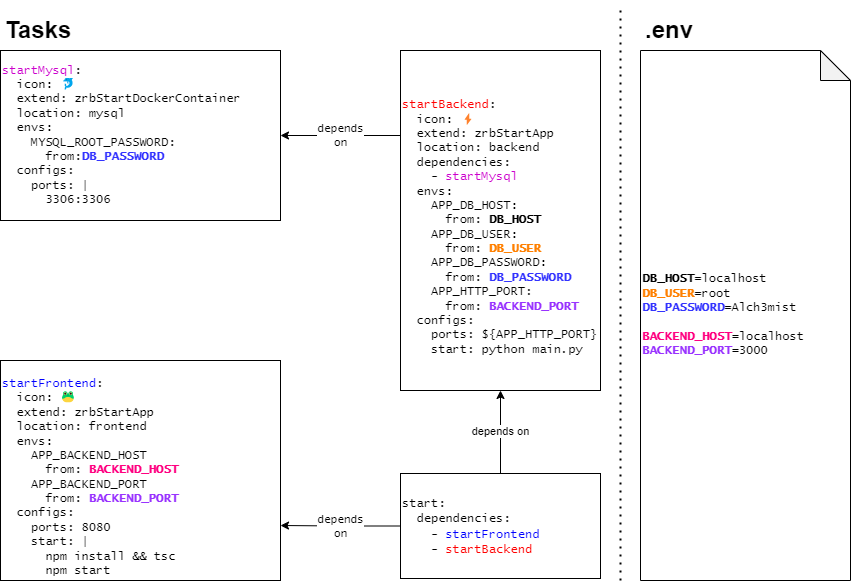
Before: docs/images/solution-example.png, a diagram exported from draw.io (goFrendiAsgard/zaruba). Source tidied: cells renumbered, new cells last; positions are measured from the earlier drawing's top-left corner, leaving out a move shared by most shapes.
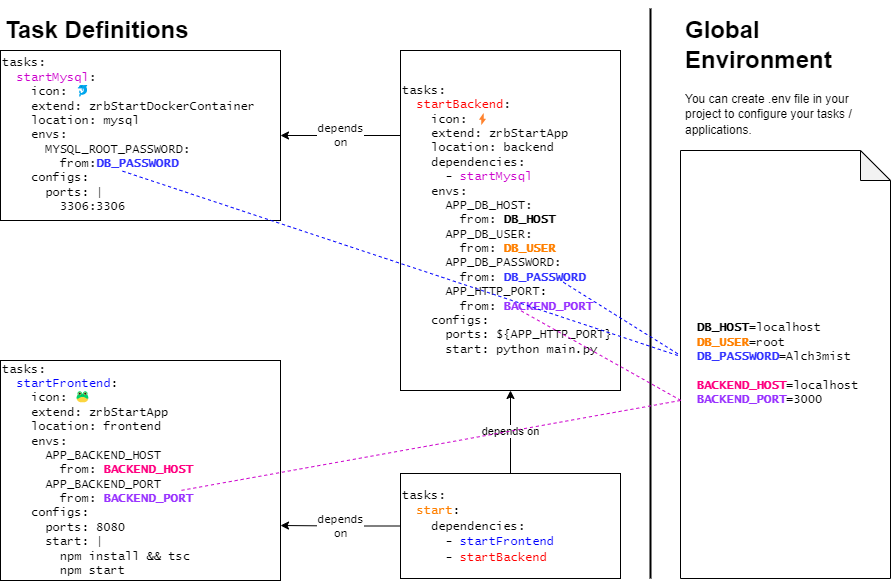
The same file after the commit.

What changed in the source:
```diff
@@ -8,35 +8,53 @@
     <mxCell id="3" value="depends&lt;br&gt;on" style="edgeStyle=orthogonalEdgeStyle;rounded=0;jettySize=auto;html=1;entryX=1;entryY=0.75;entryDx=0;entryDy=0;fontFamily=Lucida Console;fontColor=#000000;" parent="1" edge="1" source="4" target="8">
       <mxGeometry relative="1" as="geometry" />
     </mxCell>
-    <mxCell id="4" value="&lt;font face=&quot;Lucida Console&quot;&gt;start:&lt;br&gt;&amp;nbsp; dependencies:&lt;br&gt;&amp;nbsp; &amp;nbsp; - &lt;font color=&quot;#0000ff&quot;&gt;startFrontend&lt;/font&gt;&lt;br&gt;&amp;nbsp; &amp;nbsp; - &lt;font color=&quot;#ff0000&quot;&gt;startBackend&lt;/font&gt;&lt;br&gt;&lt;/font&gt;" style="rounded=0;whiteSpace=wrap;html=1;fontFamily=Helvetica;fontColor=#000000;align=left;" parent="1" vertex="1">
-      <mxGeometry x="400" y="463" width="200" height="105" as="geometry" />
+    <mxCell id="4" value="&lt;font face=&quot;Lucida Console&quot;&gt;tasks:&lt;br&gt;&amp;nbsp; &lt;font color=&quot;#ff8000&quot;&gt;start&lt;/font&gt;:&lt;br&gt;&amp;nbsp; &amp;nbsp; dependencies:&lt;br&gt;&amp;nbsp; &amp;nbsp; &amp;nbsp; - &lt;font color=&quot;#0000ff&quot;&gt;startFrontend&lt;/font&gt;&lt;br&gt;&amp;nbsp; &amp;nbsp; &amp;nbsp; - &lt;font color=&quot;#ff0000&quot;&gt;startBackend&lt;/font&gt;&lt;br&gt;&lt;/font&gt;" style="rounded=0;whiteSpace=wrap;html=1;fontFamily=Helvetica;fontColor=#000000;align=left;" parent="1" vertex="1">
+      <mxGeometry x="400" y="463" width="220" height="105" as="geometry" />
     </mxCell>
-    <mxCell id="5" value="&lt;font face=&quot;Lucida Console&quot;&gt;&lt;div&gt;&lt;font color=&quot;#cc00cc&quot;&gt;startMysql&lt;/font&gt;:&lt;/div&gt;&lt;div&gt;&amp;nbsp; icon: 🐬&lt;/div&gt;&lt;div&gt;&amp;nbsp; extend: zrbStartDockerContainer&lt;/div&gt;&lt;div&gt;&amp;nbsp; location: mysql&lt;/div&gt;&lt;div&gt;&amp;nbsp; envs:&lt;br&gt;&lt;div&gt;&amp;nbsp; &amp;nbsp; MYSQL_ROOT_PASSWORD:&lt;span style=&quot;background-color: initial;&quot;&gt;&amp;nbsp; &amp;nbsp; &amp;nbsp; &amp;nbsp;&amp;nbsp;&lt;/span&gt;&lt;/div&gt;&lt;div&gt;&amp;nbsp; &amp;nbsp; &amp;nbsp; from:&lt;b&gt;&lt;font color=&quot;#3333ff&quot;&gt;DB_PASSWORD&lt;/font&gt;&lt;/b&gt;&lt;br&gt;&amp;nbsp; configs:&lt;/div&gt;&lt;/div&gt;&lt;div&gt;&amp;nbsp; &amp;nbsp; ports: |&lt;/div&gt;&lt;div&gt;&amp;nbsp; &amp;nbsp; &amp;nbsp; 3306:3306&lt;/div&gt;&lt;/font&gt;" style="rounded=0;whiteSpace=wrap;html=1;fontFamily=Helvetica;fontColor=#000000;align=left;" parent="1" vertex="1">
+    <mxCell id="5" value="&lt;font face=&quot;Lucida Console&quot;&gt;&lt;div&gt;tasks:&lt;/div&gt;&lt;div&gt;&lt;font color=&quot;#cc00cc&quot;&gt;&amp;nbsp; startMysql&lt;/font&gt;:&lt;/div&gt;&lt;div&gt;&amp;nbsp; &amp;nbsp; icon: 🐬&lt;/div&gt;&lt;div&gt;&amp;nbsp; &amp;nbsp; extend: zrbStartDockerContainer&lt;/div&gt;&lt;div&gt;&amp;nbsp; &amp;nbsp; location: mysql&lt;/div&gt;&lt;div&gt;&amp;nbsp; &amp;nbsp; envs:&lt;br&gt;&lt;div&gt;&amp;nbsp; &amp;nbsp; &amp;nbsp; MYSQL_ROOT_PASSWORD:&lt;span style=&quot;background-color: initial;&quot;&gt;&amp;nbsp; &amp;nbsp; &amp;nbsp; &amp;nbsp;&amp;nbsp;&lt;/span&gt;&lt;/div&gt;&lt;div&gt;&amp;nbsp; &amp;nbsp; &amp;nbsp; &amp;nbsp; from:&lt;b&gt;&lt;font color=&quot;#3333ff&quot;&gt;DB_PASSWORD&lt;/font&gt;&lt;/b&gt;&lt;br&gt;&amp;nbsp; &amp;nbsp; configs:&lt;/div&gt;&lt;/div&gt;&lt;div&gt;&amp;nbsp; &amp;nbsp; &amp;nbsp; ports: |&lt;/div&gt;&lt;div&gt;&amp;nbsp; &amp;nbsp; &amp;nbsp; &amp;nbsp; 3306:3306&lt;/div&gt;&lt;/font&gt;" style="rounded=0;whiteSpace=wrap;html=1;fontFamily=Helvetica;fontColor=#000000;align=left;" parent="1" vertex="1">
       <mxGeometry y="40" width="280" height="170" as="geometry" />
     </mxCell>
     <mxCell id="6" value="depends&lt;br&gt;on" style="edgeStyle=orthogonalEdgeStyle;rounded=0;jettySize=auto;html=1;exitX=0;exitY=0.25;exitDx=0;exitDy=0;entryX=1;entryY=0.5;entryDx=0;entryDy=0;fontFamily=Lucida Console;fontColor=#000000;" parent="1" edge="1" source="7" target="5">
       <mxGeometry relative="1" as="geometry" />
     </mxCell>
-    <mxCell id="7" value="&lt;font face=&quot;Lucida Console&quot;&gt;&lt;div&gt;&lt;br&gt;&lt;/div&gt;&lt;div&gt;&lt;font color=&quot;#ff0000&quot;&gt;startBackend&lt;/font&gt;:&lt;/div&gt;&lt;div&gt;&amp;nbsp; icon: ⚡&lt;/div&gt;&lt;div&gt;&amp;nbsp; extend: zrbStartApp&lt;/div&gt;&lt;div&gt;&amp;nbsp; location: backend&lt;br&gt;&amp;nbsp; dependencies:&lt;/div&gt;&lt;div&gt;&amp;nbsp; &amp;nbsp; - &lt;font color=&quot;#cc00cc&quot;&gt;startMysql&lt;/font&gt;&lt;br&gt;&amp;nbsp; envs:&lt;/div&gt;&lt;div&gt;&amp;nbsp; &amp;nbsp;&amp;nbsp;&lt;span style=&quot;background-color: initial;&quot;&gt;APP_DB_HOST:&lt;/span&gt;&lt;div&gt;&amp;nbsp; &amp;nbsp; &amp;nbsp; from: &lt;b&gt;DB_HOST&lt;/b&gt;&lt;/div&gt;&lt;/div&gt;&lt;div&gt;&amp;nbsp; &amp;nbsp; APP_DB_USER:&lt;/div&gt;&lt;div&gt;&amp;nbsp; &amp;nbsp; &amp;nbsp; from: &lt;font color=&quot;#ff8000&quot;&gt;&lt;b&gt;DB_USER&lt;/b&gt;&lt;/font&gt;&lt;/div&gt;&lt;div&gt;&amp;nbsp; &amp;nbsp; APP_DB_PASSWORD:&lt;/div&gt;&lt;div&gt;&amp;nbsp; &amp;nbsp; &amp;nbsp; from: &lt;font color=&quot;#3333ff&quot;&gt;&lt;b&gt;DB_PASSWORD&lt;/b&gt;&lt;/font&gt;&lt;/div&gt;&lt;div&gt;&amp;nbsp; &amp;nbsp; APP_HTTP_PORT:&lt;/div&gt;&lt;div&gt;&amp;nbsp; &amp;nbsp; &amp;nbsp; from: &lt;b&gt;&lt;font color=&quot;#9933ff&quot;&gt;BACKEND_PORT&lt;/font&gt;&lt;/b&gt;&lt;/div&gt;&lt;div&gt;&amp;nbsp; configs:&lt;/div&gt;&lt;div&gt;&amp;nbsp; &amp;nbsp; ports: ${APP_HTTP_PORT}&lt;/div&gt;&lt;div&gt;&lt;span style=&quot;background-color: initial;&quot;&gt;&amp;nbsp; &amp;nbsp; start: python main.py&lt;/span&gt;&lt;/div&gt;&lt;/font&gt;" style="rounded=0;whiteSpace=wrap;html=1;fontFamily=Helvetica;fontColor=#000000;align=left;" parent="1" vertex="1">
-      <mxGeometry x="400" y="40" width="200" height="340" as="geometry" />
+    <mxCell id="7" value="&lt;font face=&quot;Lucida Console&quot;&gt;&lt;div&gt;tasks:&lt;/div&gt;&lt;div&gt;&lt;font color=&quot;#ff0000&quot;&gt;&amp;nbsp; startBackend&lt;/font&gt;:&lt;/div&gt;&lt;div&gt;&amp;nbsp; &amp;nbsp; icon: ⚡&lt;/div&gt;&lt;div&gt;&amp;nbsp; &amp;nbsp; extend: zrbStartApp&lt;/div&gt;&lt;div&gt;&amp;nbsp; &amp;nbsp; location: backend&lt;br&gt;&amp;nbsp; &amp;nbsp; dependencies:&lt;/div&gt;&lt;div&gt;&amp;nbsp; &amp;nbsp; &amp;nbsp; - &lt;font color=&quot;#cc00cc&quot;&gt;startMysql&lt;/font&gt;&lt;br&gt;&amp;nbsp; &amp;nbsp; envs:&lt;/div&gt;&lt;div&gt;&amp;nbsp; &amp;nbsp; &amp;nbsp;&amp;nbsp;&lt;span style=&quot;background-color: initial;&quot;&gt;APP_DB_HOST:&lt;/span&gt;&lt;div&gt;&amp;nbsp; &amp;nbsp; &amp;nbsp; &amp;nbsp; from: &lt;b&gt;DB_HOST&lt;/b&gt;&lt;/div&gt;&lt;/div&gt;&lt;div&gt;&amp;nbsp; &amp;nbsp; &amp;nbsp; APP_DB_USER:&lt;/div&gt;&lt;div&gt;&amp;nbsp; &amp;nbsp; &amp;nbsp; &amp;nbsp; from: &lt;font color=&quot;#ff8000&quot;&gt;&lt;b&gt;DB_USER&lt;/b&gt;&lt;/font&gt;&lt;/div&gt;&lt;div&gt;&amp;nbsp; &amp;nbsp; &amp;nbsp; APP_DB_PASSWORD:&lt;/div&gt;&lt;div&gt;&amp;nbsp; &amp;nbsp; &amp;nbsp; &amp;nbsp; from: &lt;font color=&quot;#3333ff&quot;&gt;&lt;b&gt;DB_PASSWORD&lt;/b&gt;&lt;/font&gt;&lt;/div&gt;&lt;div&gt;&amp;nbsp; &amp;nbsp; &amp;nbsp; APP_HTTP_PORT:&lt;/div&gt;&lt;div&gt;&amp;nbsp; &amp;nbsp; &amp;nbsp; &amp;nbsp; from: &lt;b&gt;&lt;font color=&quot;#9933ff&quot;&gt;BACKEND_PORT&lt;/font&gt;&lt;/b&gt;&lt;/div&gt;&lt;div&gt;&amp;nbsp; &amp;nbsp; configs:&lt;/div&gt;&lt;div&gt;&amp;nbsp; &amp;nbsp; &amp;nbsp; ports: ${APP_HTTP_PORT}&lt;/div&gt;&lt;div&gt;&lt;span style=&quot;background-color: initial;&quot;&gt;&amp;nbsp; &amp;nbsp; &amp;nbsp; start: python main.py&lt;/span&gt;&lt;/div&gt;&lt;/font&gt;" style="rounded=0;whiteSpace=wrap;html=1;fontFamily=Helvetica;fontColor=#000000;align=left;" parent="1" vertex="1">
+      <mxGeometry x="400" y="40" width="220" height="340" as="geometry" />
     </mxCell>
-    <mxCell id="8" value="&lt;font face=&quot;Lucida Console&quot;&gt;&lt;div&gt;&lt;br&gt;&lt;/div&gt;&lt;div&gt;&lt;font color=&quot;#0000ff&quot;&gt;startFrontend&lt;/font&gt;:&lt;/div&gt;&lt;div&gt;&amp;nbsp; icon:&amp;nbsp;🐸&lt;/div&gt;&lt;div&gt;&amp;nbsp; extend: zrbStartApp&lt;/div&gt;&lt;div&gt;&amp;nbsp; location: frontend&lt;/div&gt;&lt;div&gt;&amp;nbsp; envs:&lt;/div&gt;&lt;div&gt;&amp;nbsp; &amp;nbsp; APP_BACKEND_HOST&lt;br&gt;&amp;nbsp; &amp;nbsp; &amp;nbsp; from: &lt;b&gt;&lt;font color=&quot;#ff0080&quot;&gt;BACKEND_HOST&lt;/font&gt;&lt;/b&gt;&lt;/div&gt;&lt;/font&gt;&lt;div style=&quot;font-family: &amp;quot;Lucida Console&amp;quot;;&quot;&gt;&amp;nbsp; &amp;nbsp; APP_BACKEND_PORT&lt;br&gt;&amp;nbsp; &amp;nbsp; &amp;nbsp; from: &lt;b&gt;&lt;font color=&quot;#9933ff&quot;&gt;BACKEND_PORT&lt;/font&gt;&lt;/b&gt;&lt;/div&gt;&lt;font face=&quot;Lucida Console&quot;&gt;&lt;div&gt;&amp;nbsp; configs:&lt;/div&gt;&lt;div&gt;&amp;nbsp; &amp;nbsp; ports: 8080&lt;/div&gt;&lt;div&gt;&lt;span style=&quot;background-color: initial;&quot;&gt;&amp;nbsp; &amp;nbsp; start: |&lt;/span&gt;&lt;/div&gt;&lt;div&gt;&lt;span style=&quot;background-color: initial;&quot;&gt;&amp;nbsp; &amp;nbsp; &amp;nbsp; npm install &amp;amp;&amp;amp; tsc&lt;/span&gt;&lt;/div&gt;&lt;div&gt;&lt;span style=&quot;background-color: initial;&quot;&gt;&amp;nbsp; &amp;nbsp; &amp;nbsp; npm start&lt;/span&gt;&lt;/div&gt;&lt;/font&gt;" style="rounded=0;whiteSpace=wrap;html=1;fontFamily=Helvetica;fontColor=#000000;align=left;" parent="1" vertex="1">
+    <mxCell id="8" value="&lt;font face=&quot;Lucida Console&quot;&gt;&lt;div&gt;tasks:&lt;/div&gt;&lt;div&gt;&lt;font color=&quot;#0000ff&quot;&gt;&amp;nbsp; startFrontend&lt;/font&gt;:&lt;/div&gt;&lt;div&gt;&amp;nbsp; &amp;nbsp; icon:&amp;nbsp;🐸&lt;/div&gt;&lt;div&gt;&amp;nbsp; &amp;nbsp; extend: zrbStartApp&lt;/div&gt;&lt;div&gt;&amp;nbsp; &amp;nbsp; location: frontend&lt;/div&gt;&lt;div&gt;&amp;nbsp; &amp;nbsp; envs:&lt;/div&gt;&lt;div&gt;&amp;nbsp; &amp;nbsp; &amp;nbsp; APP_BACKEND_HOST&lt;br&gt;&amp;nbsp; &amp;nbsp; &amp;nbsp; &amp;nbsp; from: &lt;b&gt;&lt;font color=&quot;#ff0080&quot;&gt;BACKEND_HOST&lt;/font&gt;&lt;/b&gt;&lt;/div&gt;&lt;/font&gt;&lt;div style=&quot;font-family: &amp;quot;Lucida Console&amp;quot;;&quot;&gt;&amp;nbsp; &amp;nbsp; &amp;nbsp; APP_BACKEND_PORT&lt;br&gt;&amp;nbsp; &amp;nbsp; &amp;nbsp; &amp;nbsp; from: &lt;b&gt;&lt;font color=&quot;#9933ff&quot;&gt;BACKEND_PORT&lt;/font&gt;&lt;/b&gt;&lt;/div&gt;&lt;font face=&quot;Lucida Console&quot;&gt;&lt;div&gt;&amp;nbsp; &amp;nbsp; configs:&lt;/div&gt;&lt;div&gt;&amp;nbsp; &amp;nbsp; &amp;nbsp; ports: 8080&lt;/div&gt;&lt;div&gt;&lt;span style=&quot;background-color: initial;&quot;&gt;&amp;nbsp; &amp;nbsp; &amp;nbsp; start: |&lt;/span&gt;&lt;/div&gt;&lt;div&gt;&lt;span style=&quot;background-color: initial;&quot;&gt;&amp;nbsp; &amp;nbsp; &amp;nbsp; &amp;nbsp; npm install &amp;amp;&amp;amp; tsc&lt;/span&gt;&lt;/div&gt;&lt;div&gt;&lt;span style=&quot;background-color: initial;&quot;&gt;&amp;nbsp; &amp;nbsp; &amp;nbsp; &amp;nbsp; npm start&lt;/span&gt;&lt;/div&gt;&lt;/font&gt;" style="rounded=0;whiteSpace=wrap;html=1;fontFamily=Helvetica;fontColor=#000000;align=left;" parent="1" vertex="1">
       <mxGeometry y="350" width="280" height="220" as="geometry" />
     </mxCell>
-    <mxCell id="9" value="&lt;font color=&quot;#000000&quot;&gt;&lt;b&gt;DB_HOST&lt;/b&gt;=localhost&lt;/font&gt;&lt;br&gt;&lt;font color=&quot;#ff8000&quot;&gt;&lt;b&gt;DB_USER&lt;/b&gt;&lt;/font&gt;&lt;font color=&quot;#000000&quot;&gt;=root&lt;/font&gt;&lt;br&gt;&lt;font color=&quot;#3333ff&quot;&gt;&lt;b&gt;DB_PASSWORD&lt;/b&gt;&lt;/font&gt;&lt;font color=&quot;#000000&quot;&gt;=Alch3mist&lt;/font&gt;&lt;br&gt;&lt;br&gt;&lt;font color=&quot;#ff0080&quot;&gt;&lt;b&gt;BACKEND_HOST&lt;/b&gt;&lt;/font&gt;&lt;font color=&quot;#000000&quot;&gt;=localhost&lt;/font&gt;&lt;br&gt;&lt;font color=&quot;#9933ff&quot;&gt;&lt;b&gt;BACKEND_PORT&lt;/b&gt;&lt;/font&gt;&lt;font color=&quot;#000000&quot;&gt;=3000&lt;br&gt;&lt;/font&gt;" style="shape=note;whiteSpace=wrap;html=1;backgroundOutline=1;darkOpacity=0.05;fontFamily=Lucida Console;fontColor=#CC00CC;align=left;" parent="1" vertex="1">
-      <mxGeometry x="640" y="40" width="210" height="530" as="geometry" />
+    <mxCell id="9" value="&lt;font color=&quot;#000000&quot;&gt;&lt;b&gt;&amp;nbsp; DB_HOST&lt;/b&gt;=localhost&lt;/font&gt;&lt;br&gt;&lt;font color=&quot;#ff8000&quot;&gt;&lt;b&gt;&amp;nbsp; DB_USER&lt;/b&gt;&lt;/font&gt;&lt;font color=&quot;#000000&quot;&gt;=root&lt;/font&gt;&lt;br&gt;&lt;font color=&quot;#3333ff&quot;&gt;&lt;b&gt;&amp;nbsp; DB_PASSWORD&lt;/b&gt;&lt;/font&gt;&lt;font color=&quot;#000000&quot;&gt;=Alch3mist&lt;/font&gt;&lt;br&gt;&lt;br&gt;&lt;font color=&quot;#ff0080&quot;&gt;&lt;b&gt;&amp;nbsp; BACKEND_HOST&lt;/b&gt;&lt;/font&gt;&lt;font color=&quot;#000000&quot;&gt;=localhost&lt;/font&gt;&lt;br&gt;&lt;font color=&quot;#9933ff&quot;&gt;&lt;b&gt;&amp;nbsp; BACKEND_PORT&lt;/b&gt;&lt;/font&gt;&lt;font color=&quot;#000000&quot;&gt;=3000&lt;br&gt;&lt;/font&gt;" style="shape=note;whiteSpace=wrap;html=1;backgroundOutline=1;darkOpacity=0.05;fontFamily=Lucida Console;fontColor=#CC00CC;align=left;" parent="1" vertex="1">
+      <mxGeometry x="680" y="140" width="210" height="428" as="geometry" />
     </mxCell>
-    <mxCell id="10" style="endArrow=none;dashed=1;html=1;dashPattern=1 3;strokeWidth=2;rounded=0;fontFamily=Lucida Console;fontColor=#000000;" parent="1" edge="1">
+    <mxCell id="10" style="endArrow=none;html=1;strokeWidth=2;rounded=0;fontFamily=Lucida Console;fontColor=#000000;" parent="1" edge="1">
       <mxGeometry relative="1" as="geometry">
-        <mxPoint x="620" y="570" as="sourcePoint" />
-        <mxPoint x="620" as="targetPoint" />
+        <mxPoint x="650" y="568" as="sourcePoint" />
+        <mxPoint x="650" y="-2" as="targetPoint" />
       </mxGeometry>
     </mxCell>
-    <mxCell id="11" value="&lt;h1&gt;&lt;font face=&quot;Helvetica&quot;&gt;Tasks&lt;/font&gt;&lt;/h1&gt;" style="text;html=1;strokeColor=none;fillColor=none;spacing=5;spacingTop=-20;whiteSpace=wrap;overflow=hidden;rounded=0;fontFamily=Lucida Console;fontColor=#000000;" parent="1" vertex="1">
-      <mxGeometry width="190" height="30" as="geometry" />
+    <mxCell id="11" value="&lt;h1&gt;&lt;font face=&quot;Helvetica&quot;&gt;Task Definitions&lt;/font&gt;&lt;/h1&gt;" style="text;html=1;strokeColor=none;fillColor=none;spacing=5;spacingTop=-20;whiteSpace=wrap;overflow=hidden;rounded=0;fontFamily=Lucida Console;fontColor=#000000;" parent="1" vertex="1">
+      <mxGeometry width="230" height="30" as="geometry" />
     </mxCell>
-    <mxCell id="12" value="&lt;h1&gt;&lt;font face=&quot;Helvetica&quot;&gt;.env&lt;/font&gt;&lt;/h1&gt;" style="text;html=1;strokeColor=none;fillColor=none;spacing=5;spacingTop=-20;whiteSpace=wrap;overflow=hidden;rounded=0;fontFamily=Lucida Console;fontColor=#000000;" parent="1" vertex="1">
-      <mxGeometry x="640" width="190" height="30" as="geometry" />
+    <mxCell id="12" value="&lt;h1&gt;&lt;font face=&quot;Helvetica&quot;&gt;Global Environment&lt;/font&gt;&lt;/h1&gt;&lt;div&gt;&lt;font face=&quot;Helvetica&quot;&gt;You can create .env file in your project to configure your tasks / applications.&lt;/font&gt;&lt;/div&gt;" style="text;html=1;strokeColor=none;fillColor=none;spacing=5;spacingTop=-20;whiteSpace=wrap;overflow=hidden;rounded=0;fontFamily=Lucida Console;fontColor=#000000;" parent="1" vertex="1">
+      <mxGeometry x="680" width="210" height="130" as="geometry" />
     </mxCell>
+    <mxCell id="13" style="endArrow=none;dashed=1;html=1;strokeWidth=1;rounded=0;fontColor=#FF8000;exitX=-0.013;exitY=0.475;exitDx=0;exitDy=0;exitPerimeter=0;strokeColor=#0000FF;" parent="1" edge="1" source="9">
+      <mxGeometry relative="1" as="geometry">
+        <mxPoint x="560" y="270" as="targetPoint" />
+      </mxGeometry>
+    </mxCell>
+    <mxCell id="14" style="endArrow=none;dashed=1;html=1;strokeWidth=1;rounded=0;fontColor=#FF8000;entryX=0.429;entryY=0.706;entryDx=0;entryDy=0;entryPerimeter=0;exitX=-0.013;exitY=0.479;exitDx=0;exitDy=0;exitPerimeter=0;strokeColor=#0000FF;" parent="1" edge="1" source="9" target="5">
+      <mxGeometry relative="1" as="geometry" />
+    </mxCell>
+    <mxCell id="15" style="endArrow=none;dashed=1;html=1;strokeWidth=1;rounded=0;fontColor=#FF8000;exitX=0.002;exitY=0.584;exitDx=0;exitDy=0;exitPerimeter=0;strokeColor=#CC00CC;" parent="1" edge="1" source="9">
+      <mxGeometry relative="1" as="geometry">
+        <mxPoint x="520" y="300" as="targetPoint" />
+      </mxGeometry>
+    </mxCell>
+    <mxCell id="16" style="endArrow=none;dashed=1;html=1;strokeWidth=1;rounded=0;fontColor=#FF8000;strokeColor=#CC00CC;entryX=0.643;entryY=0.591;entryDx=0;entryDy=0;entryPerimeter=0;" parent="1" edge="1" target="8">
+      <mxGeometry relative="1" as="geometry">
+        <mxPoint x="680" y="390" as="sourcePoint" />
+      </mxGeometry>
+    </mxCell>
   </root>
 </mxGraphModel>
```
